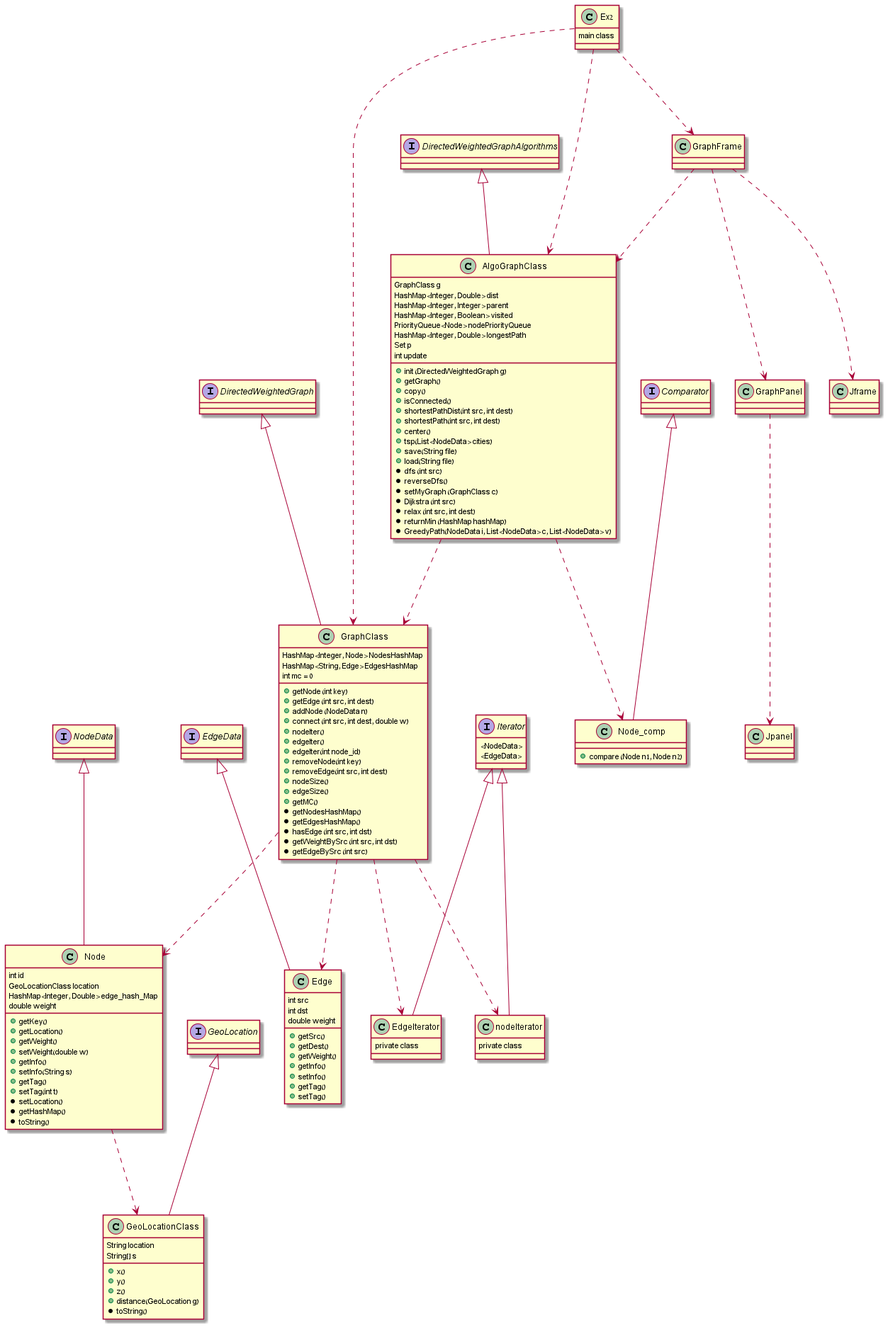
This is DWG uml.png from Ofiregev/Ex2_oop, a PlantUML export, as it was before one commit.
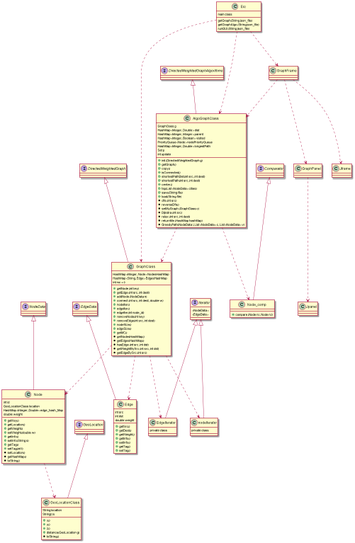
Later version of the same file.

Change to the diagram source:
```diff
@@ -171,6 +171,12 @@
 <NodeData>
 <EdgeData>
 }
+class Ex2{
+getGraph(String json_file)
+getGraphAlgo (String json_file)
+runGUI (String json_file)
+
+}
 
 
 
```
